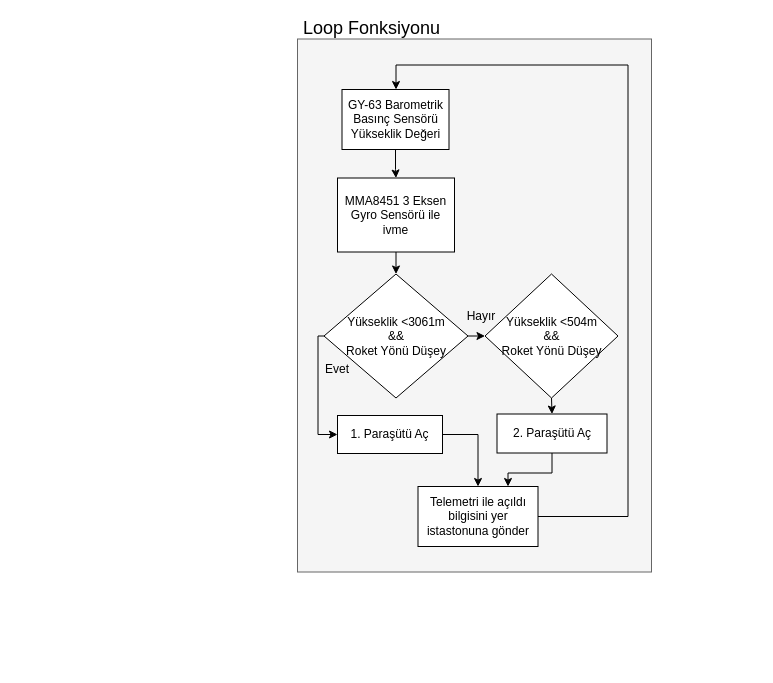
Earlier version of the draw.io diagram Untitled Diagram.drawio (yakupdurmus/HirkatRoketTakimi). Source tidied: cells renumbered, new cells numbered last; positions are measured from the earlier drawing's top-left corner, leaving out a move shared by most shapes. Both pictures are drawn from the tidied source at 100%, with x=0, y=0 at pixel (297, 18).
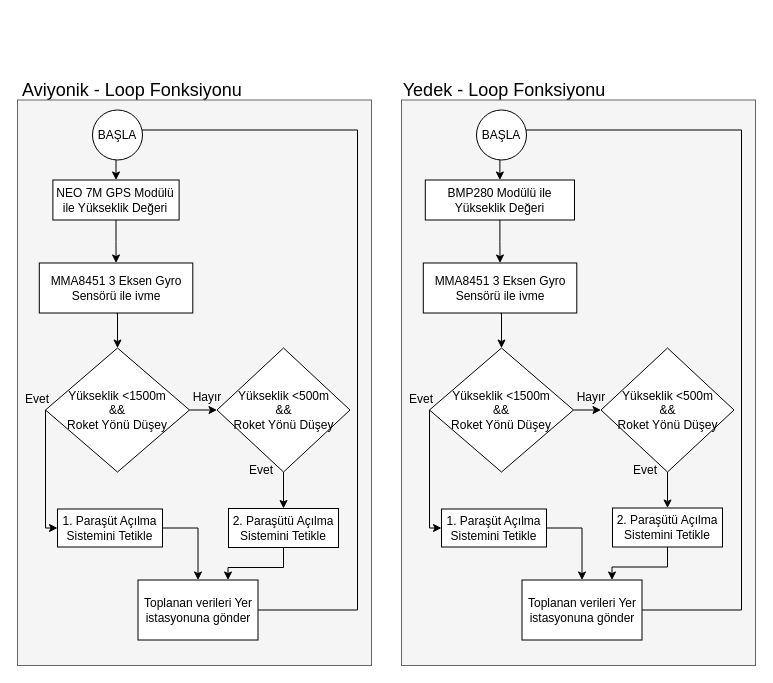
The same diagram, later.

Commit message:
Aviyonik-Yedek

Diff of the diagram source:
```diff
@@
-    <mxCell id="2" style="rounded=0;whiteSpace=wrap;html=1;fillColor=#f5f5f5;strokeColor=#666666;fontColor=#333333;" parent="1" vertex="1">
-      <mxGeometry y="20.5" width="354" height="533" as="geometry" />
-    </mxCell>
-    <mxCell id="3" value="&lt;font style=&quot;font-size: 18px&quot;&gt;Loop Fonksiyonu&lt;/font&gt;" style="text;html=1;strokeColor=none;fillColor=none;align=center;verticalAlign=middle;whiteSpace=wrap;rounded=0;" parent="1" vertex="1">
-      <mxGeometry x="2" width="145" height="20" as="geometry" />
-    </mxCell>
-    <mxCell id="4" style="edgeStyle=orthogonalEdgeStyle;rounded=0;jettySize=auto;html=1;exitX=0.5;exitY=1;exitDx=0;exitDy=0;entryX=0.5;entryY=0;entryDx=0;entryDy=0;" parent="1" edge="1" source="5" target="12">
-      <mxGeometry relative="1" as="geometry" />
-    </mxCell>
-    <mxCell id="5" value="MMA8451 3 Eksen Gyro Sensörü ile ivme" style="rounded=0;whiteSpace=wrap;html=1;" parent="1" vertex="1">
-      <mxGeometry x="40" y="159.5" width="117" height="74" as="geometry" />
-    </mxCell>
-    <mxCell id="6" style="edgeStyle=orthogonalEdgeStyle;rounded=0;jettySize=auto;html=1;exitX=1;exitY=0.5;exitDx=0;exitDy=0;" parent="1" edge="1" source="7" target="9">
-      <mxGeometry relative="1" as="geometry">
-        <Array as="points">
-          <mxPoint x="330.5" y="498.5" />
-          <mxPoint x="330.5" y="46.5" />
-          <mxPoint x="98.5" y="46.5" />
-        </Array>
-      </mxGeometry>
-    </mxCell>
-    <mxCell id="7" value="Telemetri ile açıldı bilgisini yer istastonuna gönder" style="rounded=0;whiteSpace=wrap;html=1;" parent="1" vertex="1">
-      <mxGeometry x="120.5" y="468" width="120" height="60" as="geometry" />
-    </mxCell>
-    <mxCell id="8" style="edgeStyle=orthogonalEdgeStyle;rounded=0;jettySize=auto;html=1;exitX=0.5;exitY=1;exitDx=0;exitDy=0;" parent="1" edge="1" source="9" target="5">
-      <mxGeometry relative="1" as="geometry" />
-    </mxCell>
-    <mxCell id="9" value="GY-63 Barometrik Basınç Sensörü Yükseklik Değeri" style="rounded=0;whiteSpace=wrap;html=1;" parent="1" vertex="1">
-      <mxGeometry x="44.5" y="71" width="107" height="60" as="geometry" />
-    </mxCell>
-    <mxCell id="10" style="edgeStyle=orthogonalEdgeStyle;rounded=0;jettySize=auto;html=1;exitX=0;exitY=0.5;exitDx=0;exitDy=0;entryX=0;entryY=0.5;entryDx=0;entryDy=0;" parent="1" edge="1" source="12" target="17">
+    <mxCell id="10" style="edgeStyle=orthogonalEdgeStyle;rounded=0;orthogonalLoop=1;jettySize=auto;html=1;exitX=0;exitY=0.5;exitDx=0;exitDy=0;entryX=0;entryY=0.5;entryDx=0;entryDy=0;" parent="1" edge="1">
       <mxGeometry relative="1" as="geometry">
+        <mxPoint x="48" y="361.5" as="sourcePoint" />
+        <mxPoint x="60" y="479.5" as="targetPoint" />
         <Array as="points">
-          <mxPoint x="20.5" y="317.5" />
-          <mxPoint x="20.5" y="416.5" />
+          <mxPoint x="48" y="479.5" />
         </Array>
       </mxGeometry>
     </mxCell>
-    <mxCell id="11" style="edgeStyle=orthogonalEdgeStyle;rounded=0;jettySize=auto;html=1;exitX=1;exitY=0.5;exitDx=0;exitDy=0;entryX=0;entryY=0.5;entryDx=0;entryDy=0;" parent="1" edge="1" source="12" target="14">
-      <mxGeometry relative="1" as="geometry" />
-    </mxCell>
-    <mxCell id="12" value="Yükseklik &amp;lt;3061m&lt;br&gt;&amp;amp;&amp;amp;&lt;br&gt;Roket Yönü Düşey&lt;br&gt;" style="rhombus;whiteSpace=wrap;html=1;" parent="1" vertex="1">
-      <mxGeometry x="26.5" y="255.5" width="144" height="124" as="geometry" />
-    </mxCell>
-    <mxCell id="13" style="edgeStyle=orthogonalEdgeStyle;rounded=0;jettySize=auto;html=1;exitX=0.5;exitY=1;exitDx=0;exitDy=0;entryX=0.5;entryY=0;entryDx=0;entryDy=0;" parent="1" edge="1" source="14" target="20">
-      <mxGeometry relative="1" as="geometry" />
-    </mxCell>
-    <mxCell id="14" value="Yükseklik &amp;lt;504m&lt;br&gt;&amp;amp;&amp;amp;&lt;br&gt;Roket Yönü Düşey&lt;br&gt;" style="rhombus;whiteSpace=wrap;html=1;" parent="1" vertex="1">
-      <mxGeometry x="187.5" y="255.5" width="133" height="124" as="geometry" />
-    </mxCell>
@@
-    <mxCell id="16" style="edgeStyle=orthogonalEdgeStyle;rounded=0;jettySize=auto;html=1;exitX=1;exitY=0.5;exitDx=0;exitDy=0;" parent="1" edge="1" source="17" target="7">
-      <mxGeometry relative="1" as="geometry" />
-    </mxCell>
-    <mxCell id="17" value="1. Paraşütü Aç" style="rounded=0;whiteSpace=wrap;html=1;" parent="1" vertex="1">
-      <mxGeometry x="40" y="397" width="105" height="38" as="geometry" />
-    </mxCell>
-    <mxCell id="18" value="Hayır" style="text;html=1;strokeColor=none;fillColor=none;align=center;verticalAlign=middle;whiteSpace=wrap;rounded=0;" parent="1" vertex="1">
-      <mxGeometry x="163.5" y="288" width="40" height="20" as="geometry" />
-    </mxCell>
-    <mxCell id="19" style="edgeStyle=orthogonalEdgeStyle;rounded=0;jettySize=auto;html=1;exitX=0.5;exitY=1;exitDx=0;exitDy=0;entryX=0.75;entryY=0;entryDx=0;entryDy=0;" parent="1" edge="1" source="20" target="7">
-      <mxGeometry relative="1" as="geometry" />
-    </mxCell>
-    <mxCell id="20" value="2. Paraşütü Aç" style="rounded=0;whiteSpace=wrap;html=1;" parent="1" vertex="1">
-      <mxGeometry x="199.5" y="395.5" width="110" height="39" as="geometry" />
-    </mxCell>
+    <mxCell id="21" value="&lt;font style=&quot;font-size: 18px&quot;&gt;Yedek - Loop Fonksiyonu&lt;/font&gt;" style="text;html=1;strokeColor=none;fillColor=none;align=center;verticalAlign=middle;whiteSpace=wrap;rounded=0;" parent="1" vertex="1">
+      <mxGeometry x="104" y="61.5" width="206" height="20" as="geometry" />
+    </mxCell>
+    <mxCell id="22" style="rounded=0;whiteSpace=wrap;html=1;fillColor=#f5f5f5;strokeColor=#666666;fontColor=#333333;" parent="1" vertex="1">
+      <mxGeometry x="104" y="81.5" width="354" height="565.5" as="geometry" />
+    </mxCell>
+    <mxCell id="23" style="edgeStyle=orthogonalEdgeStyle;rounded=0;jettySize=auto;html=1;exitX=0.5;exitY=1;exitDx=0;exitDy=0;entryX=0.5;entryY=0;entryDx=0;entryDy=0;" parent="1" edge="1" source="24" target="31">
+      <mxGeometry relative="1" as="geometry" />
+    </mxCell>
+    <mxCell id="24" value="MMA8451 3 Eksen Gyro Sensörü ile ivme" style="rounded=0;whiteSpace=wrap;html=1;" parent="1" vertex="1">
+      <mxGeometry x="125.8" y="244.5" width="153.5" height="50" as="geometry" />
+    </mxCell>
+    <mxCell id="25" style="edgeStyle=orthogonalEdgeStyle;rounded=0;jettySize=auto;html=1;entryX=0.5;entryY=0;entryDx=0;entryDy=0;" parent="1" edge="1" source="26" target="28">
+      <mxGeometry relative="1" as="geometry">
+        <Array as="points">
+          <mxPoint x="444" y="591.5" />
+          <mxPoint x="444" y="111.5" />
+          <mxPoint x="202" y="111.5" />
+        </Array>
+      </mxGeometry>
+    </mxCell>
+    <mxCell id="26" value="Toplanan verileri Yer istasyonuna gönder" style="rounded=0;whiteSpace=wrap;html=1;" parent="1" vertex="1">
+      <mxGeometry x="224.5" y="561.5" width="120" height="60" as="geometry" />
+    </mxCell>
+    <mxCell id="27" style="edgeStyle=orthogonalEdgeStyle;rounded=0;jettySize=auto;html=1;exitX=0.5;exitY=1;exitDx=0;exitDy=0;entryX=0.5;entryY=0;entryDx=0;entryDy=0;" parent="1" edge="1" source="28" target="24">
+      <mxGeometry relative="1" as="geometry" />
+    </mxCell>
+    <mxCell id="28" value="BMP280 Modülü ile Yükseklik Değeri" style="rounded=0;whiteSpace=wrap;html=1;" parent="1" vertex="1">
+      <mxGeometry x="127.8" y="161.5" width="149.2" height="40" as="geometry" />
+    </mxCell>
+    <mxCell id="29" style="edgeStyle=orthogonalEdgeStyle;rounded=0;jettySize=auto;html=1;exitX=0;exitY=0.5;exitDx=0;exitDy=0;entryX=0;entryY=0.5;entryDx=0;entryDy=0;" parent="1" edge="1" source="31" target="36">
+      <mxGeometry relative="1" as="geometry">
+        <Array as="points">
+          <mxPoint x="132" y="509.5" />
+        </Array>
+      </mxGeometry>
+    </mxCell>
+    <mxCell id="30" style="edgeStyle=orthogonalEdgeStyle;rounded=0;jettySize=auto;html=1;exitX=1;exitY=0.5;exitDx=0;exitDy=0;entryX=0;entryY=0.5;entryDx=0;entryDy=0;" parent="1" edge="1" source="31" target="33">
+      <mxGeometry relative="1" as="geometry" />
+    </mxCell>
+    <mxCell id="31" value="Yükseklik &amp;lt;1500m&lt;br&gt;&amp;amp;&amp;amp;&lt;br&gt;Roket Yönü Düşey" style="rhombus;whiteSpace=wrap;html=1;" parent="1" vertex="1">
+      <mxGeometry x="132" y="329.5" width="144" height="124" as="geometry" />
+    </mxCell>
+    <mxCell id="32" style="edgeStyle=orthogonalEdgeStyle;rounded=0;jettySize=auto;html=1;exitX=0.5;exitY=1;exitDx=0;exitDy=0;" parent="1" edge="1" source="33" target="39">
+      <mxGeometry relative="1" as="geometry" />
+    </mxCell>
+    <mxCell id="33" value="Yükseklik &amp;lt;500m&lt;br&gt;&amp;amp;&amp;amp;&lt;br&gt;Roket Yönü Düşey" style="rhombus;whiteSpace=wrap;html=1;" parent="1" vertex="1">
+      <mxGeometry x="303.5" y="329.5" width="133" height="124" as="geometry" />
+    </mxCell>
+    <mxCell id="34" value="Evet" style="text;html=1;strokeColor=none;fillColor=none;align=center;verticalAlign=middle;whiteSpace=wrap;rounded=0;" parent="1" vertex="1">
+      <mxGeometry x="104" y="370.5" width="40" height="20" as="geometry" />
+    </mxCell>
+    <mxCell id="35" style="edgeStyle=orthogonalEdgeStyle;rounded=0;jettySize=auto;html=1;exitX=1;exitY=0.5;exitDx=0;exitDy=0;" parent="1" edge="1" source="36" target="26">
+      <mxGeometry relative="1" as="geometry" />
+    </mxCell>
+    <mxCell id="36" value="1. Paraşüt Açılma Sistemini Tetikle" style="rounded=0;whiteSpace=wrap;html=1;" parent="1" vertex="1">
+      <mxGeometry x="144" y="490.5" width="105" height="38" as="geometry" />
+    </mxCell>
+    <mxCell id="37" value="Hayır" style="text;html=1;strokeColor=none;fillColor=none;align=center;verticalAlign=middle;whiteSpace=wrap;rounded=0;" parent="1" vertex="1">
+      <mxGeometry x="274" y="369" width="40" height="20" as="geometry" />
+    </mxCell>
+    <mxCell id="38" style="edgeStyle=orthogonalEdgeStyle;rounded=0;jettySize=auto;html=1;exitX=0.5;exitY=1;exitDx=0;exitDy=0;entryX=0.75;entryY=0;entryDx=0;entryDy=0;" parent="1" edge="1" source="39" target="26">
+      <mxGeometry relative="1" as="geometry" />
+    </mxCell>
+    <mxCell id="39" value="2. Paraşütü Açılma Sistemini Tetikle" style="rounded=0;whiteSpace=wrap;html=1;" parent="1" vertex="1">
+      <mxGeometry x="315" y="489.5" width="110" height="39" as="geometry" />
+    </mxCell>
+    <mxCell id="40" value="Evet" style="text;html=1;strokeColor=none;fillColor=none;align=center;verticalAlign=middle;whiteSpace=wrap;rounded=0;" parent="1" vertex="1">
+      <mxGeometry x="328" y="441.5" width="40" height="20" as="geometry" />
+    </mxCell>
+    <mxCell id="41" value="BAŞLA" style="ellipse;whiteSpace=wrap;html=1;" parent="1" vertex="1">
+      <mxGeometry x="179" y="91.5" width="50" height="50" as="geometry" />
+    </mxCell>
+    <mxCell id="42" value="&lt;font style=&quot;font-size: 18px&quot;&gt;Aviyonik - Loop Fonksiyonu&lt;/font&gt;" style="text;html=1;strokeColor=none;fillColor=none;align=center;verticalAlign=middle;whiteSpace=wrap;rounded=0;" parent="1" vertex="1">
+      <mxGeometry x="-280" y="61.5" width="230" height="20" as="geometry" />
+    </mxCell>
+    <mxCell id="43" style="rounded=0;whiteSpace=wrap;html=1;fillColor=#f5f5f5;strokeColor=#666666;fontColor=#333333;" parent="1" vertex="1">
+      <mxGeometry x="-280" y="81.5" width="354" height="565.5" as="geometry" />
+    </mxCell>
+    <mxCell id="44" style="edgeStyle=orthogonalEdgeStyle;rounded=0;jettySize=auto;html=1;exitX=0.5;exitY=1;exitDx=0;exitDy=0;entryX=0.5;entryY=0;entryDx=0;entryDy=0;" parent="1" edge="1" source="45" target="52">
+      <mxGeometry relative="1" as="geometry" />
+    </mxCell>
+    <mxCell id="45" value="MMA8451 3 Eksen Gyro Sensörü ile ivme" style="rounded=0;whiteSpace=wrap;html=1;" parent="1" vertex="1">
+      <mxGeometry x="-258.2" y="244.5" width="153.5" height="50" as="geometry" />
+    </mxCell>
+    <mxCell id="46" style="edgeStyle=orthogonalEdgeStyle;rounded=0;jettySize=auto;html=1;entryX=0.5;entryY=0;entryDx=0;entryDy=0;" parent="1" edge="1" source="47" target="49">
+      <mxGeometry relative="1" as="geometry">
+        <Array as="points">
+          <mxPoint x="60" y="591.5" />
+          <mxPoint x="60" y="111.5" />
+          <mxPoint x="-182" y="111.5" />
+        </Array>
+      </mxGeometry>
+    </mxCell>
+    <mxCell id="47" value="Toplanan verileri Yer istasyonuna gönder" style="rounded=0;whiteSpace=wrap;html=1;" parent="1" vertex="1">
+      <mxGeometry x="-159.5" y="561.5" width="120" height="60" as="geometry" />
+    </mxCell>
+    <mxCell id="48" style="edgeStyle=orthogonalEdgeStyle;rounded=0;jettySize=auto;html=1;exitX=0.5;exitY=1;exitDx=0;exitDy=0;entryX=0.5;entryY=0;entryDx=0;entryDy=0;" parent="1" edge="1" source="49" target="45">
+      <mxGeometry relative="1" as="geometry" />
+    </mxCell>
+    <mxCell id="49" value="NEO 7M GPS Modülü ile Yükseklik Değeri" style="rounded=0;whiteSpace=wrap;html=1;" parent="1" vertex="1">
+      <mxGeometry x="-244.6" y="161.5" width="126.2" height="40" as="geometry" />
+    </mxCell>
+    <mxCell id="50" style="edgeStyle=orthogonalEdgeStyle;rounded=0;jettySize=auto;html=1;exitX=0;exitY=0.5;exitDx=0;exitDy=0;entryX=0;entryY=0.5;entryDx=0;entryDy=0;" parent="1" edge="1" source="52" target="57">
+      <mxGeometry relative="1" as="geometry">
+        <Array as="points">
+          <mxPoint x="-252" y="509.5" />
+        </Array>
+      </mxGeometry>
+    </mxCell>
+    <mxCell id="51" style="edgeStyle=orthogonalEdgeStyle;rounded=0;jettySize=auto;html=1;exitX=1;exitY=0.5;exitDx=0;exitDy=0;entryX=0;entryY=0.5;entryDx=0;entryDy=0;" parent="1" edge="1" source="52" target="54">
+      <mxGeometry relative="1" as="geometry" />
+    </mxCell>
+    <mxCell id="52" value="Yükseklik &amp;lt;1500m&lt;br&gt;&amp;amp;&amp;amp;&lt;br&gt;Roket Yönü Düşey" style="rhombus;whiteSpace=wrap;html=1;" parent="1" vertex="1">
+      <mxGeometry x="-252" y="329.5" width="144" height="124" as="geometry" />
+    </mxCell>
+    <mxCell id="53" style="edgeStyle=orthogonalEdgeStyle;rounded=0;jettySize=auto;html=1;exitX=0.5;exitY=1;exitDx=0;exitDy=0;entryX=0.5;entryY=0;entryDx=0;entryDy=0;" parent="1" edge="1" source="54" target="60">
+      <mxGeometry relative="1" as="geometry" />
+    </mxCell>
+    <mxCell id="54" value="Yükseklik &amp;lt;500m&lt;br&gt;&amp;amp;&amp;amp;&lt;br&gt;Roket Yönü Düşey" style="rhombus;whiteSpace=wrap;html=1;" parent="1" vertex="1">
+      <mxGeometry x="-80.5" y="329.5" width="133" height="124" as="geometry" />
+    </mxCell>
+    <mxCell id="55" value="Evet" style="text;html=1;strokeColor=none;fillColor=none;align=center;verticalAlign=middle;whiteSpace=wrap;rounded=0;" parent="1" vertex="1">
+      <mxGeometry x="-280" y="370.5" width="40" height="20" as="geometry" />
+    </mxCell>
+    <mxCell id="56" style="edgeStyle=orthogonalEdgeStyle;rounded=0;jettySize=auto;html=1;exitX=1;exitY=0.5;exitDx=0;exitDy=0;" parent="1" edge="1" source="57" target="47">
+      <mxGeometry relative="1" as="geometry" />
+    </mxCell>
+    <mxCell id="57" value="1. Paraşüt Açılma Sistemini Tetikle" style="rounded=0;whiteSpace=wrap;html=1;" parent="1" vertex="1">
+      <mxGeometry x="-240" y="490.5" width="105" height="38" as="geometry" />
+    </mxCell>
+    <mxCell id="58" value="Hayır" style="text;html=1;strokeColor=none;fillColor=none;align=center;verticalAlign=middle;whiteSpace=wrap;rounded=0;" parent="1" vertex="1">
+      <mxGeometry x="-110" y="369" width="40" height="20" as="geometry" />
+    </mxCell>
+    <mxCell id="59" style="edgeStyle=orthogonalEdgeStyle;rounded=0;jettySize=auto;html=1;exitX=0.5;exitY=1;exitDx=0;exitDy=0;entryX=0.75;entryY=0;entryDx=0;entryDy=0;" parent="1" edge="1" source="60" target="47">
+      <mxGeometry relative="1" as="geometry" />
+    </mxCell>
+    <mxCell id="60" value="2. Paraşütü Açılma Sistemini Tetikle" style="rounded=0;whiteSpace=wrap;html=1;" parent="1" vertex="1">
+      <mxGeometry x="-69" y="490" width="110" height="39" as="geometry" />
+    </mxCell>
+    <mxCell id="61" value="Evet" style="text;html=1;strokeColor=none;fillColor=none;align=center;verticalAlign=middle;whiteSpace=wrap;rounded=0;" parent="1" vertex="1">
+      <mxGeometry x="-56" y="441.5" width="40" height="20" as="geometry" />
+    </mxCell>
+    <mxCell id="62" value="BAŞLA" style="ellipse;whiteSpace=wrap;html=1;" parent="1" vertex="1">
+      <mxGeometry x="-205" y="91.5" width="50" height="50" as="geometry" />
+    </mxCell>
```
